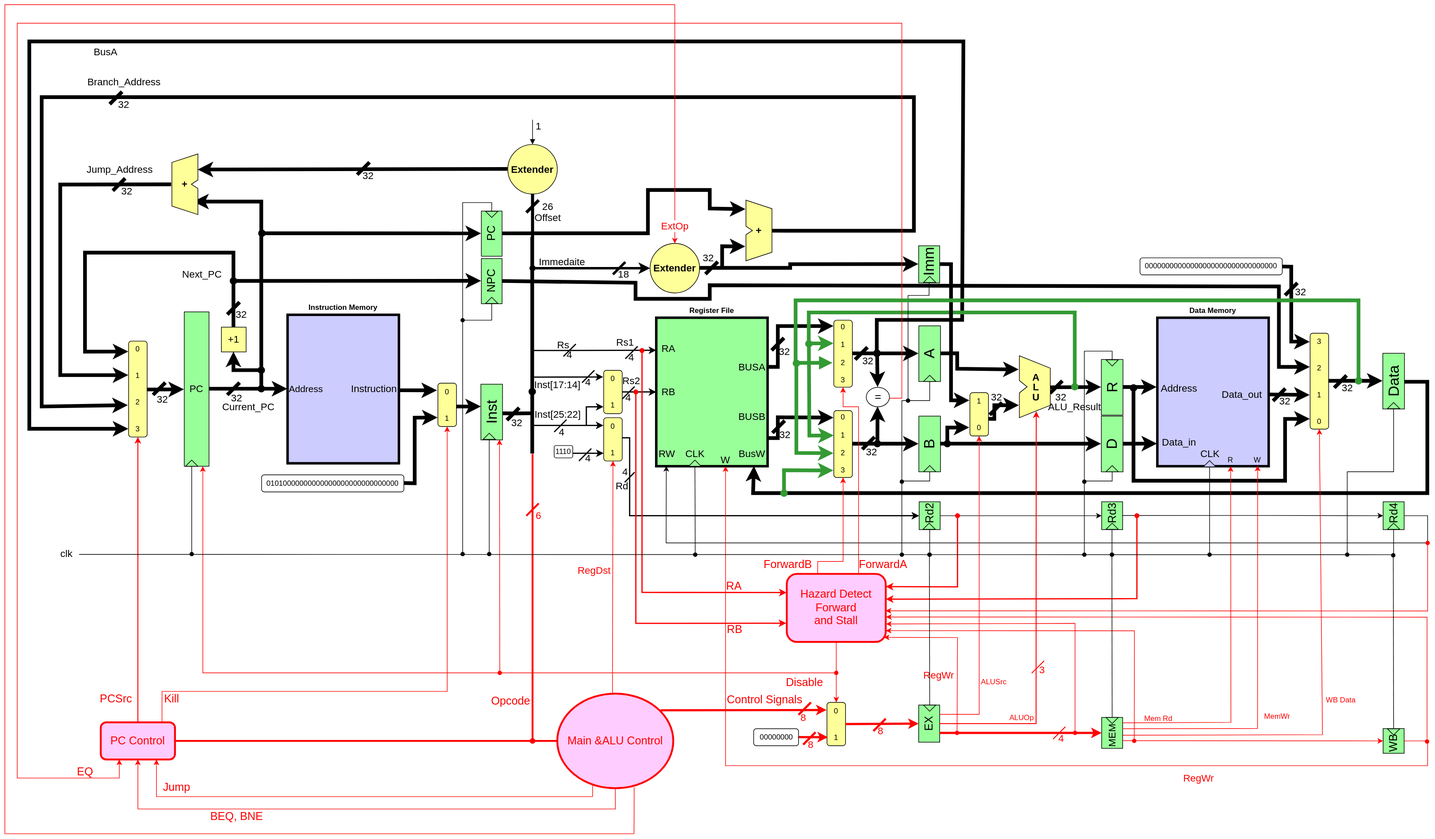
The draw.io diagram Pipelined Processor.drawio.svg in Amjad-Adi/ENCS4370_Pipelined_32-bit_RISC_Processor_Design, before a commit. Source tidied: cells renumbered, new cells last; positions are measured from the earlier drawing's top-left corner, leaving out a move shared by most shapes.
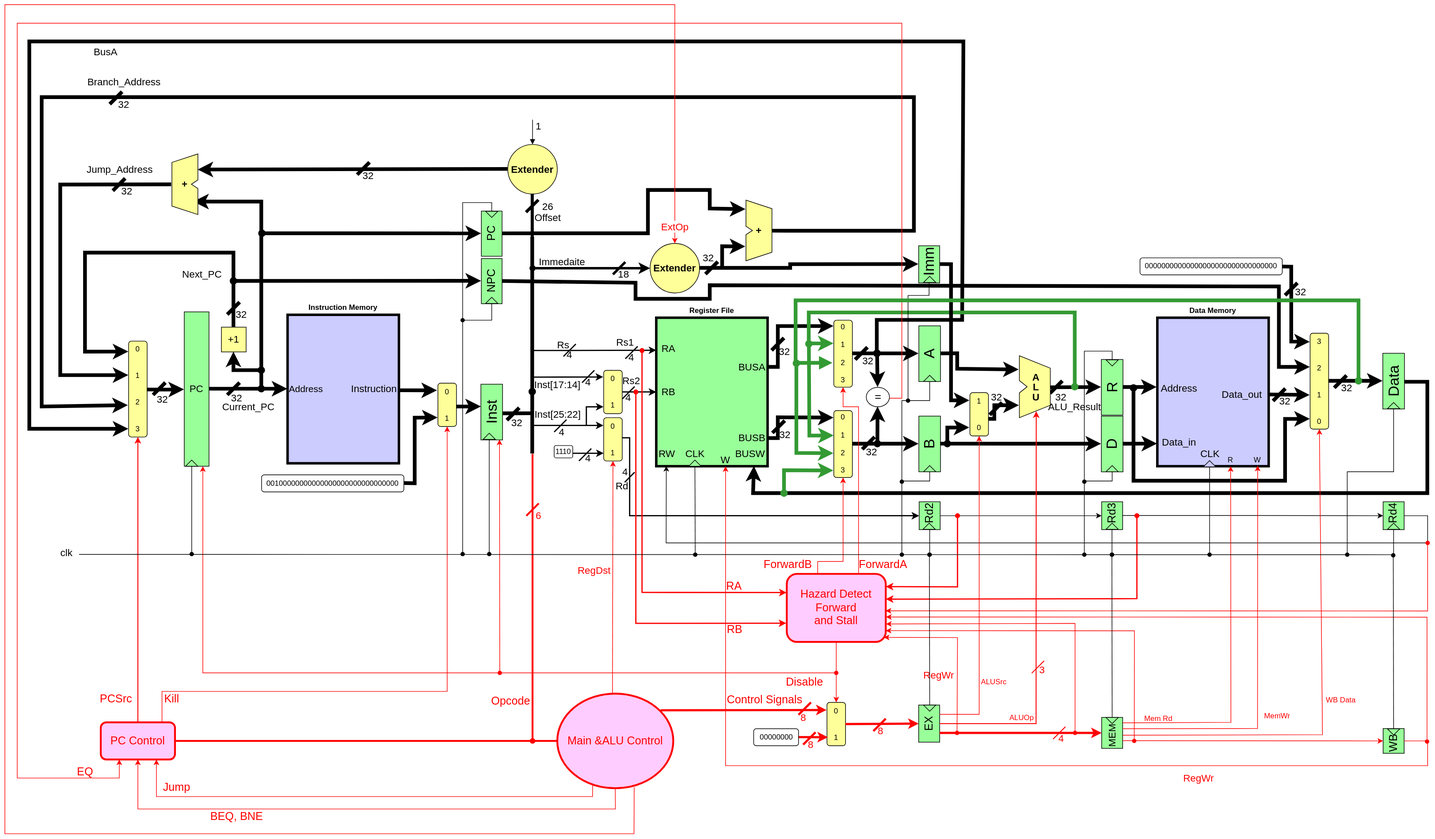
Above is the later version.

Diff of the diagram source:
```diff
@@ -113,14 +113,14 @@
     <mxCell id="27" value="&lt;font style=&quot;font-size: 16px;&quot;&gt;W&lt;/font&gt;" style="text;html=1;whiteSpace=wrap;strokeColor=none;fillColor=none;align=center;verticalAlign=middle;rounded=0;" parent="21" vertex="1">
       <mxGeometry x="97" y="220" width="30" height="20" as="geometry" />
     </mxCell>
-    <mxCell id="28" value="&lt;font style=&quot;font-size: 16px;&quot;&gt;BusW&lt;/font&gt;" style="text;html=1;whiteSpace=wrap;strokeColor=none;fillColor=none;align=center;verticalAlign=middle;rounded=0;" parent="21" vertex="1">
-      <mxGeometry x="130" y="210" width="50" height="20" as="geometry" />
+    <mxCell id="28" value="&lt;font style=&quot;font-size: 16px;&quot;&gt;BUSW&lt;/font&gt;" style="text;html=1;whiteSpace=wrap;strokeColor=none;fillColor=none;align=center;verticalAlign=middle;rounded=0;" parent="21" vertex="1">
+      <mxGeometry x="127" y="210" width="50" height="20" as="geometry" />
     </mxCell>
     <mxCell id="29" value="&lt;font style=&quot;font-size: 16px;&quot;&gt;BUSA&lt;/font&gt;" style="text;html=1;whiteSpace=wrap;strokeColor=none;fillColor=none;align=center;verticalAlign=middle;rounded=0;" parent="21" vertex="1">
       <mxGeometry x="130" y="70" width="50" height="20" as="geometry" />
     </mxCell>
     <mxCell id="30" value="&lt;font style=&quot;font-size: 16px;&quot;&gt;BUSB&lt;/font&gt;" style="text;html=1;whiteSpace=wrap;strokeColor=none;fillColor=none;align=center;verticalAlign=middle;rounded=0;" parent="21" vertex="1">
-      <mxGeometry x="130" y="150" width="50" height="20" as="geometry" />
+      <mxGeometry x="130" y="184" width="50" height="20" as="geometry" />
     </mxCell>
     <mxCell id="31" value="&lt;font&gt;RW&lt;/font&gt;" style="text;html=1;whiteSpace=wrap;strokeColor=none;fillColor=none;align=center;verticalAlign=middle;rounded=0;fontSize=16;" parent="21" vertex="1">
       <mxGeometry y="210" width="35" height="20" as="geometry" />
@@ -993,7 +993,7 @@
         </Array>
       </mxGeometry>
     </mxCell>
-    <mxCell id="193" value="01010000000000000000000000000000" style="rounded=1;whiteSpace=wrap;html=1;direction=west;" parent="1" vertex="1">
+    <mxCell id="193" value="00100000000000000000000000000000" style="rounded=1;whiteSpace=wrap;html=1;direction=west;" parent="1" vertex="1">
       <mxGeometry x="415" y="760" width="230" height="27.5" as="geometry" />
     </mxCell>
     <mxCell id="194" value="32" style="text;html=1;whiteSpace=wrap;strokeColor=none;fillColor=none;align=center;verticalAlign=middle;rounded=0;fontStyle=0;fontSize=16;" parent="1" vertex="1">
```
